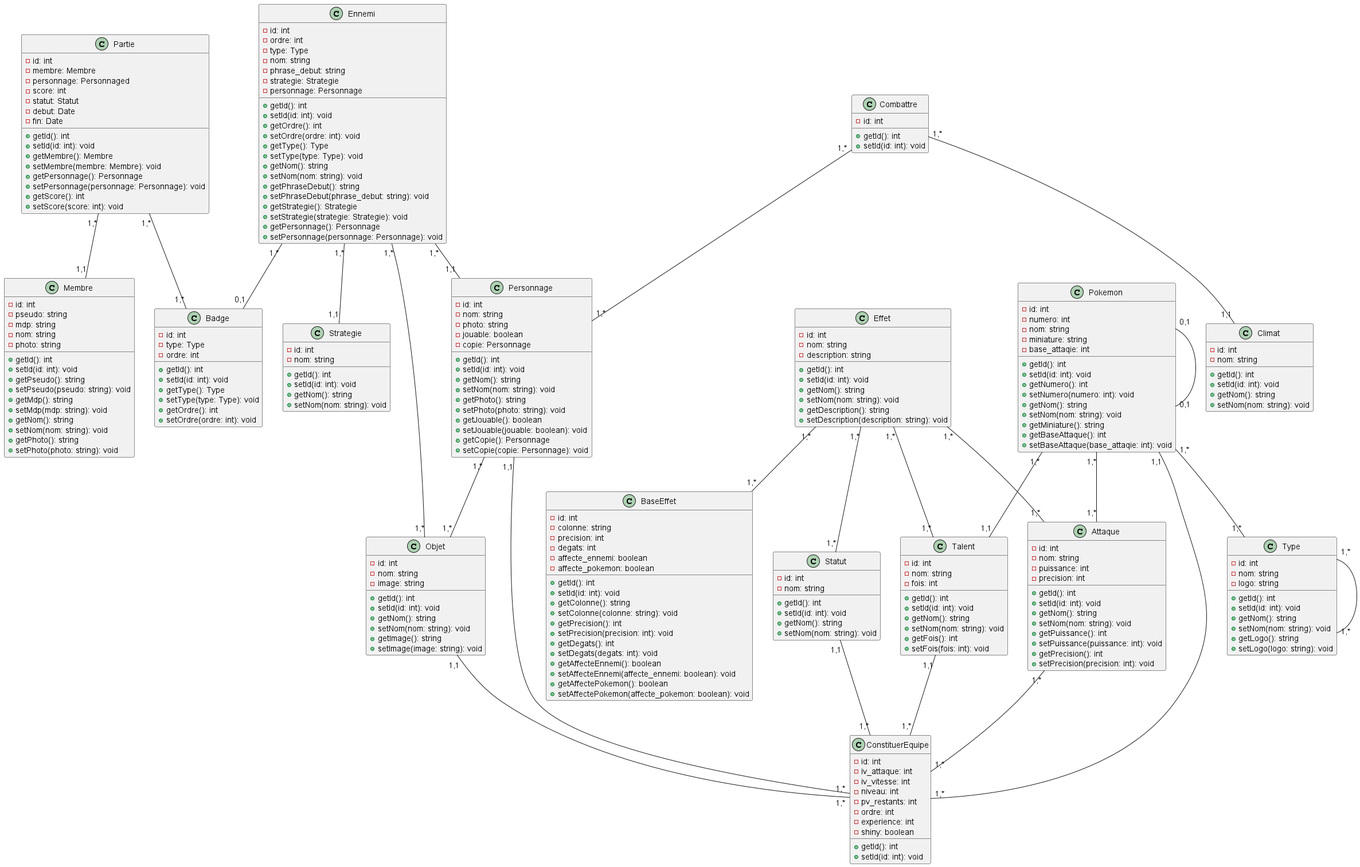
Earlier version of the PlantUML export documents/merise/uml/classDiagram/class.png (cedwics10/pokemort).
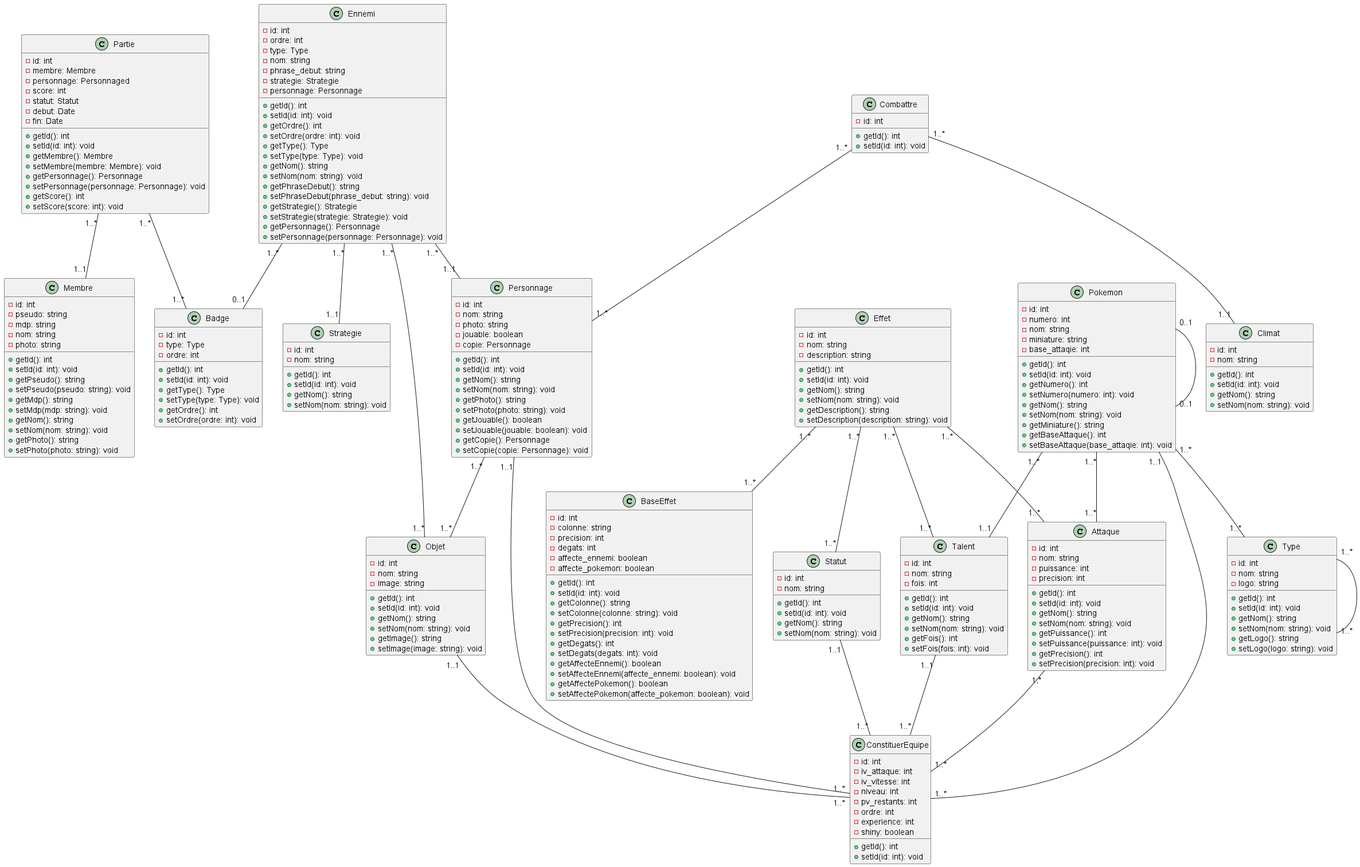
The same file after the commit.

Commit message:
CLss diagramm corrected

Diff of the diagram source:
```diff
@@ -252,36 +252,36 @@
   +setId(id: int): void
 }
 
-Partie "1,*" -- "1,1" Membre
-Partie "1,*" -- "1,*" Badge
+Partie "1..*" -- "1..1" Membre
+Partie "1..*" -- "1..*" Badge
 
-Ennemi "1,*" -- "1,1" Strategie
-Ennemi "1,*" -- "0,1" Badge
-Ennemi "1,*" -- "1,*" Objet
-Ennemi "1,*" -- "1,1" Personnage
+Ennemi "1..*" -- "1..1" Strategie
+Ennemi "1..*" -- "0..1" Badge
+Ennemi "1..*" -- "1..*" Objet
+Ennemi "1..*" -- "1..1" Personnage
 
-Effet "1,*" -- "1,*" BaseEffet
+Effet "1..*" -- "1..*" BaseEffet
 
-Effet "1,*" --	"1,*" Talent
-Effet "1,*" -- "1,*" Attaque
-Effet "1,*" -- "1,*" Statut
+Effet "1..*" --	"1..*" Talent
+Effet "1..*" -- "1..*" Attaque
+Effet "1..*" -- "1..*" Statut
 
-Type "1,*" -- "1,*" Type
+Type "1..*" -- "1..*" Type
 
-Pokemon "1,*" -- "1,*" Type
-Pokemon "1,*" -- "1,*" Attaque
-Pokemon "0,1" -- "0,1" Pokemon
+Pokemon "1..*" -- "1..*" Type
+Pokemon "1..*" -- "1..*" Attaque
+Pokemon "0..1" -- "0..1" Pokemon
 
-Pokemon "1,*" -- "1,1" Talent
-Personnage "1,*" -- "1,*" Objet
+Pokemon "1..*" -- "1..1" Talent
+Personnage "1..*" -- "1..*" Objet
 
-Combattre "1,*" -- "1,*" Personnage
-Combattre "1,*" -- "1,1" Climat
+Combattre "1..*" -- "1..*" Personnage
+Combattre "1..*" -- "1..1" Climat
 
-Personnage "1,1" -- "1,*" ConstituerEquipe
-Objet "1,1" -- "1,*" ConstituerEquipe
-Pokemon "1,1" -- "1,*" ConstituerEquipe
-Talent "1,1" -- "1,*" ConstituerEquipe
-Statut "1,1" -- "1,*" ConstituerEquipe
-Attaque "1,*" -- "1,*" ConstituerEquipe
+Personnage "1..1" -- "1..*" ConstituerEquipe
+Objet "1..1" -- "1..*" ConstituerEquipe
+Pokemon "1..1" -- "1..*" ConstituerEquipe
+Talent "1..1" -- "1..*" ConstituerEquipe
+Statut "1..1" -- "1..*" ConstituerEquipe
+Attaque "1,*" -- "1..*" ConstituerEquipe
 @endumld
```
